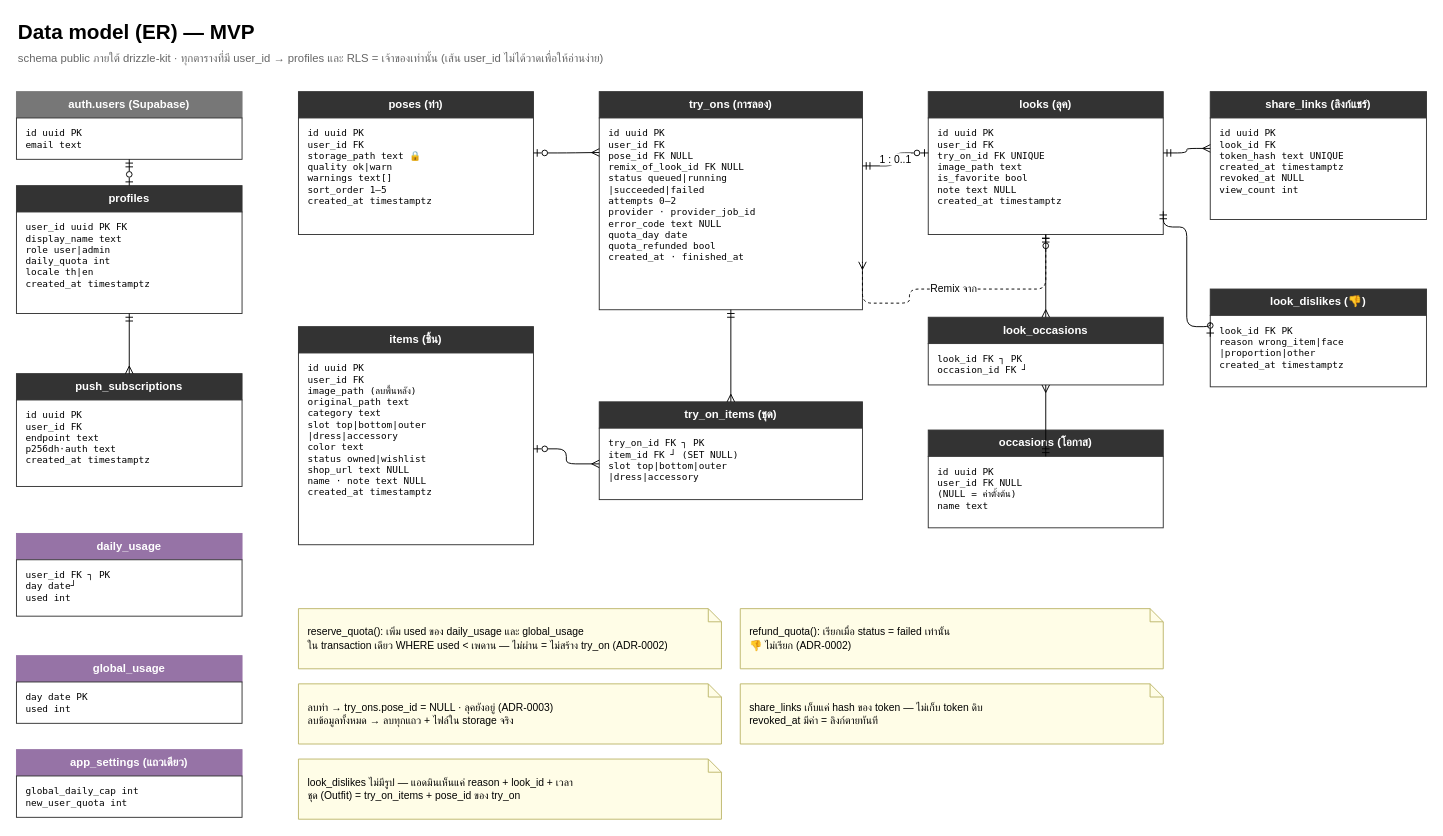
The draw.io diagram page "8 Data model" (8 of 9) of docs/design/my-twin-styles.drawio in VoramethP/my-twin-styles, before the edit. Source tidied: cells renumbered, new cells numbered last; positions are measured from the earlier drawing's top-left corner, leaving out a move shared by most shapes. Both pictures are drawn from the tidied source at 94%, with x=0, y=0 at pixel (16, 16).
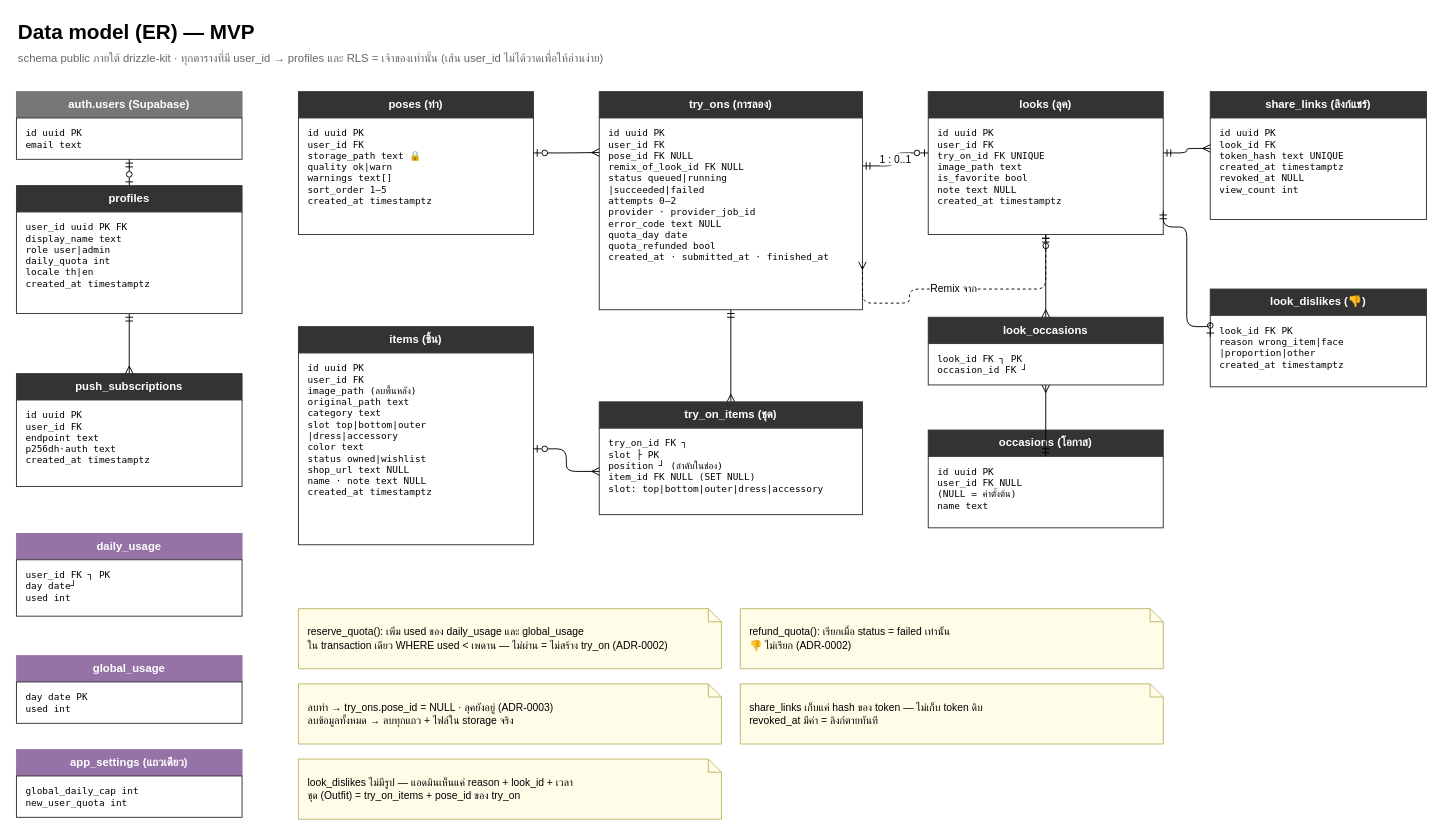
After the change.

The edit, as a diff of the source:
```diff
@@
-    <mxCell id="21" value="id          uuid PK&lt;br&gt;user_id     FK&lt;br&gt;pose_id     FK NULL&lt;br&gt;remix_of_look_id FK NULL&lt;br&gt;status      queued|running&lt;br&gt;            |succeeded|failed&lt;br&gt;attempts    0–2&lt;br&gt;provider · provider_job_id&lt;br&gt;error_code  text NULL&lt;br&gt;quota_day   date&lt;br&gt;quota_refunded bool&lt;br&gt;created_at · finished_at" style="rounded=0;fillColor=#FFFFFF;strokeColor=#333333;align=left;verticalAlign=top;spacingLeft=8;spacingTop=4;fontFamily=Menlo;fontSize=10;whiteSpace=wrap;html=1;" parent="1" vertex="1">
+    <mxCell id="21" value="id          uuid PK&lt;br&gt;user_id     FK&lt;br&gt;pose_id     FK NULL&lt;br&gt;remix_of_look_id FK NULL&lt;br&gt;status      queued|running&lt;br&gt;            |succeeded|failed&lt;br&gt;attempts    0–2&lt;br&gt;provider · provider_job_id&lt;br&gt;error_code  text NULL&lt;br&gt;quota_day   date&lt;br&gt;quota_refunded bool&lt;br&gt;created_at · submitted_at · finished_at" style="rounded=0;fillColor=#FFFFFF;strokeColor=#333333;align=left;verticalAlign=top;spacingLeft=8;spacingTop=4;fontFamily=Menlo;fontSize=10;whiteSpace=wrap;html=1;" parent="1" vertex="1">
       <mxGeometry x="620" y="108" width="280" height="204" as="geometry" />
     </mxCell>
@@
-    <mxCell id="23" value="try_on_id   FK ┐ PK&lt;br&gt;item_id     FK ┘ (SET NULL)&lt;br&gt;slot        top|bottom|outer&lt;br&gt;            |dress|accessory" style="rounded=0;fillColor=#FFFFFF;strokeColor=#333333;align=left;verticalAlign=top;spacingLeft=8;spacingTop=4;fontFamily=Menlo;fontSize=10;whiteSpace=wrap;html=1;" parent="1" vertex="1">
-      <mxGeometry x="620" y="438" width="280" height="76" as="geometry" />
+    <mxCell id="23" value="try_on_id   FK ┐&lt;br&gt;slot        ├ PK&lt;br&gt;position    ┘ (ลำดับในช่อง)&lt;br&gt;item_id     FK NULL (SET NULL)&lt;br&gt;slot: top|bottom|outer|dress|accessory" style="rounded=0;fillColor=#FFFFFF;strokeColor=#333333;align=left;verticalAlign=top;spacingLeft=8;spacingTop=4;fontFamily=Menlo;fontSize=10;whiteSpace=wrap;html=1;" parent="1" vertex="1">
+      <mxGeometry x="620" y="438" width="280" height="92" as="geometry" />
     </mxCell>
```
